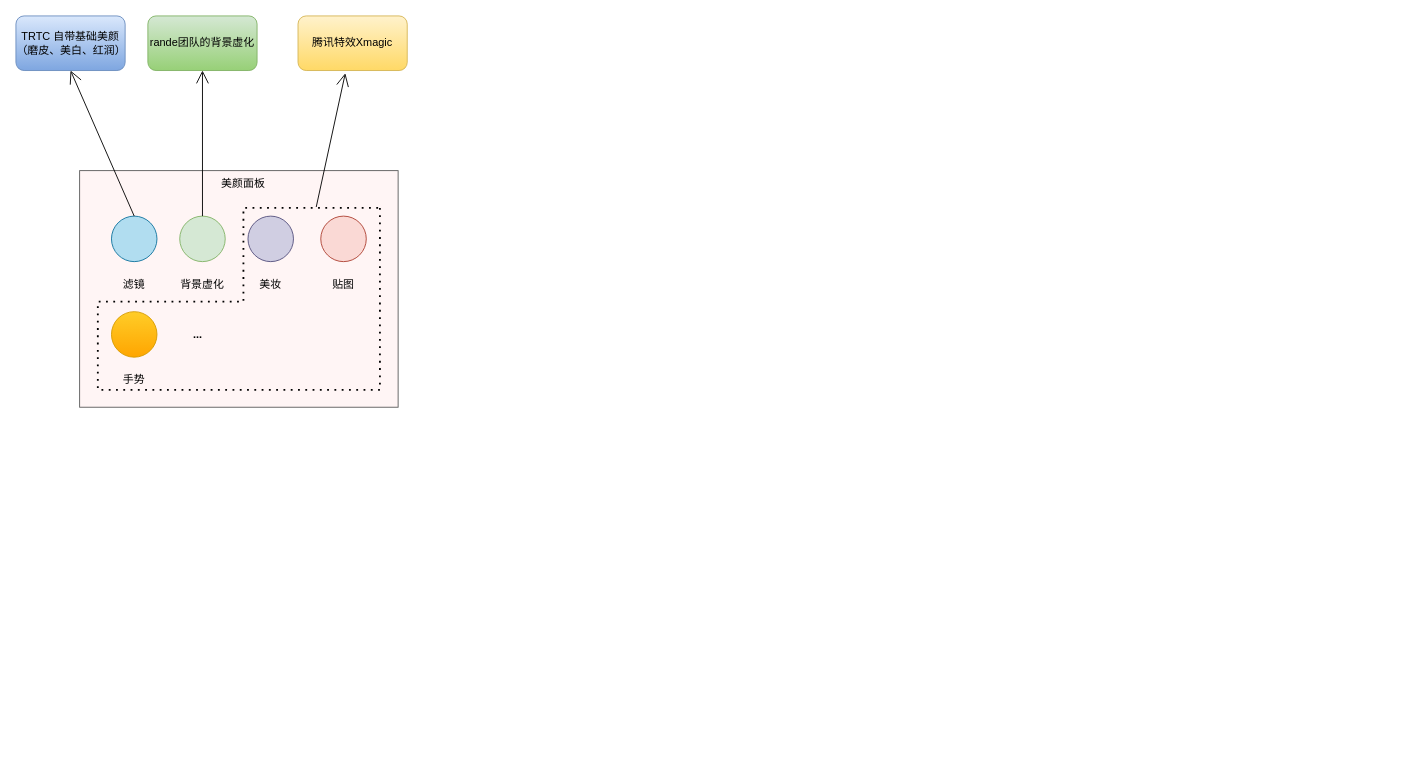
Before: diagrams/tuilivekit.drawio in paopaosecret/resources, a draw.io diagram. Source tidied: cells renumbered, new cells numbered last; positions are measured from the earlier drawing's top-left corner, leaving out a move shared by most shapes. Both pictures are drawn from the tidied source at 91%, with x=0, y=0 at pixel (15, 15).
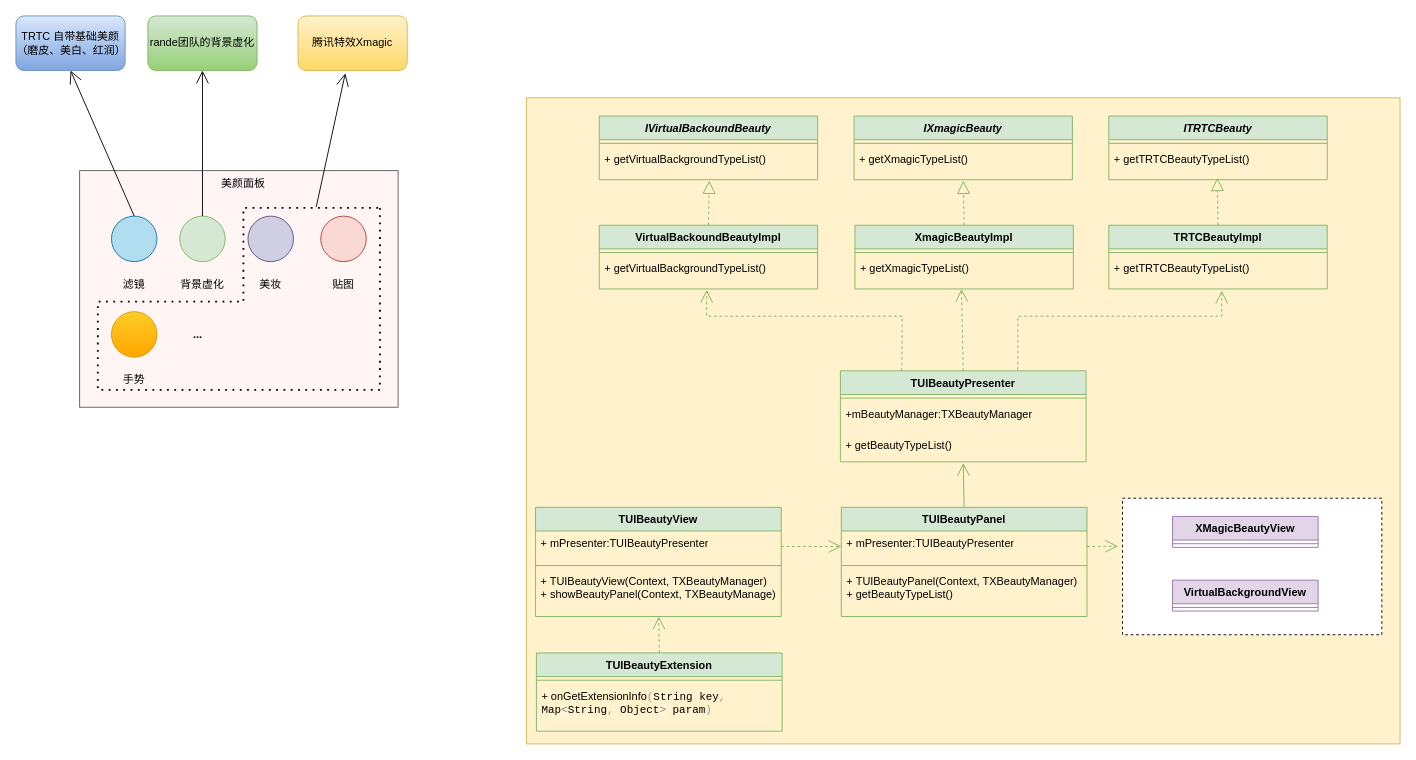
After the change.

The edit, as a diff of the source:
```diff
@@
+    <mxCell id="22" style="rounded=0;whiteSpace=wrap;html=1;fillColor=#fff2cc;strokeColor=#d6b656;" parent="1" vertex="1">
+      <mxGeometry x="561" y="90" width="960" height="710" as="geometry" />
+    </mxCell>
@@
+    <mxCell id="23" value="TUIBeautyPresenter" style="swimlane;fontStyle=1;align=center;verticalAlign=top;horizontal=1;startSize=26;whiteSpace=wrap;html=1;fillColor=#d5e8d4;strokeColor=#82b366;" parent="1" vertex="1">
+      <mxGeometry x="906" y="390" width="270" height="100" as="geometry" />
+    </mxCell>
+    <mxCell id="24" style="line;strokeWidth=1;fillColor=#d5e8d4;align=left;verticalAlign=middle;spacingTop=-1;spacingLeft=3;spacingRight=3;labelPosition=right;strokeColor=#82b366;" parent="23" vertex="1">
+      <mxGeometry y="26" width="270" height="8" as="geometry" />
+    </mxCell>
+    <mxCell id="25" value="+mBeautyManager:&lt;span style=&quot;background-color: initial;&quot;&gt;TXBeautyManager&lt;/span&gt;" style="text;align=left;verticalAlign=top;spacingLeft=4;spacingRight=4;overflow=hidden;whiteSpace=wrap;html=1;" parent="23" vertex="1">
+      <mxGeometry y="34" width="270" height="34" as="geometry" />
+    </mxCell>
+    <mxCell id="26" value="+ getBeautyTypeList()" style="text;align=left;verticalAlign=top;spacingLeft=4;spacingRight=4;overflow=hidden;points=[[0,0.5],[1,0.5]];portConstraint=eastwest;whiteSpace=wrap;html=1;" parent="23" vertex="1">
+      <mxGeometry y="68" width="270" height="32" as="geometry" />
+    </mxCell>
+    <mxCell id="27" value="&lt;i&gt;ITRTCBeauty&lt;/i&gt;" style="swimlane;fontStyle=1;align=center;verticalAlign=top;horizontal=1;startSize=26;whiteSpace=wrap;html=1;fillColor=#d5e8d4;strokeColor=#82b366;" parent="1" vertex="1">
+      <mxGeometry x="1201" y="110" width="240" height="70" as="geometry" />
+    </mxCell>
+    <mxCell id="28" style="line;strokeWidth=1;fillColor=#d5e8d4;align=left;verticalAlign=middle;spacingTop=-1;spacingLeft=3;spacingRight=3;labelPosition=right;strokeColor=#82b366;" parent="27" vertex="1">
+      <mxGeometry y="26" width="240" height="8" as="geometry" />
+    </mxCell>
+    <mxCell id="29" value="+ getTRTCBeautyTypeList()&lt;br style=&quot;border-color: var(--border-color);&quot;&gt;" style="text;align=left;verticalAlign=top;spacingLeft=4;spacingRight=4;overflow=hidden;points=[[0,0.5],[1,0.5]];portConstraint=eastwest;whiteSpace=wrap;html=1;" parent="27" vertex="1">
+      <mxGeometry y="34" width="240" height="36" as="geometry" />
+    </mxCell>
+    <mxCell id="30" value="TUIBeautyView" style="swimlane;fontStyle=1;align=center;verticalAlign=top;horizontal=1;startSize=26;whiteSpace=wrap;html=1;fillColor=#d5e8d4;strokeColor=#82b366;" parent="1" vertex="1">
+      <mxGeometry x="571" y="540" width="270" height="120" as="geometry" />
+    </mxCell>
+    <mxCell id="31" value="+ mPresenter:TUIBeautyPresenter" style="text;align=left;verticalAlign=top;spacingLeft=4;spacingRight=4;overflow=hidden;points=[[0,0.5],[1,0.5]];portConstraint=eastwest;whiteSpace=wrap;html=1;" parent="30" vertex="1">
+      <mxGeometry y="26" width="270" height="34" as="geometry" />
+    </mxCell>
+    <mxCell id="32" style="line;strokeWidth=1;fillColor=#d5e8d4;align=left;verticalAlign=middle;spacingTop=-1;spacingLeft=3;spacingRight=3;labelPosition=right;strokeColor=#82b366;" parent="30" vertex="1">
+      <mxGeometry y="60" width="270" height="8" as="geometry" />
+    </mxCell>
+    <mxCell id="33" value="+ TUIBeautyView(Context,&amp;nbsp;TXBeautyManager)&lt;br&gt;+ showBeautyPanel(Context,&amp;nbsp;TXBeautyManage)" style="text;align=left;verticalAlign=top;spacingLeft=4;spacingRight=4;overflow=hidden;points=[[0,0.5],[1,0.5]];portConstraint=eastwest;whiteSpace=wrap;html=1;" parent="30" vertex="1">
+      <mxGeometry y="68" width="270" height="52" as="geometry" />
+    </mxCell>
+    <mxCell id="34" value="&lt;i&gt;IVirtualBackoundBeauty&lt;/i&gt;" style="swimlane;fontStyle=1;align=center;verticalAlign=top;horizontal=1;startSize=26;whiteSpace=wrap;html=1;fillColor=#d5e8d4;strokeColor=#82b366;" parent="1" vertex="1">
+      <mxGeometry x="641" y="110" width="240" height="70" as="geometry" />
+    </mxCell>
+    <mxCell id="35" style="line;strokeWidth=1;fillColor=#d5e8d4;align=left;verticalAlign=middle;spacingTop=-1;spacingLeft=3;spacingRight=3;labelPosition=right;strokeColor=#82b366;" parent="34" vertex="1">
+      <mxGeometry y="26" width="240" height="8" as="geometry" />
+    </mxCell>
+    <mxCell id="36" value="+ getVirtualBackgroundTypeList()" style="text;align=left;verticalAlign=top;spacingLeft=4;spacingRight=4;overflow=hidden;points=[[0,0.5],[1,0.5]];portConstraint=eastwest;whiteSpace=wrap;html=1;" parent="34" vertex="1">
+      <mxGeometry y="34" width="240" height="36" as="geometry" />
+    </mxCell>
+    <mxCell id="37" value="&lt;i&gt;IXmagicBeauty&lt;/i&gt;" style="swimlane;fontStyle=1;align=center;verticalAlign=top;horizontal=1;startSize=26;whiteSpace=wrap;html=1;fillColor=#d5e8d4;strokeColor=#82b366;" parent="1" vertex="1">
+      <mxGeometry x="921" y="110" width="240" height="70" as="geometry" />
+    </mxCell>
+    <mxCell id="38" style="line;strokeWidth=1;fillColor=#d5e8d4;align=left;verticalAlign=middle;spacingTop=-1;spacingLeft=3;spacingRight=3;labelPosition=right;strokeColor=#82b366;" parent="37" vertex="1">
+      <mxGeometry y="26" width="240" height="8" as="geometry" />
+    </mxCell>
+    <mxCell id="39" value="+ getXmagicTypeList()" style="text;align=left;verticalAlign=top;spacingLeft=4;spacingRight=4;overflow=hidden;points=[[0,0.5],[1,0.5]];portConstraint=eastwest;whiteSpace=wrap;html=1;" parent="37" vertex="1">
+      <mxGeometry y="34" width="240" height="36" as="geometry" />
+    </mxCell>
+    <mxCell id="40" style="endArrow=open;endFill=1;endSize=12;html=1;rounded=0;exitX=0.5;exitY=0;exitDx=0;exitDy=0;entryX=0.5;entryY=1.038;entryDx=0;entryDy=0;entryPerimeter=0;fillColor=#d5e8d4;strokeColor=#82b366;" parent="1" edge="1" source="60" target="26">
+      <mxGeometry relative="1" as="geometry" />
+    </mxCell>
+    <mxCell id="41" value="TUIBeautyExtension" style="swimlane;fontStyle=1;align=center;verticalAlign=top;horizontal=1;startSize=26;whiteSpace=wrap;html=1;fillColor=#d5e8d4;strokeColor=#82b366;" parent="1" vertex="1">
+      <mxGeometry x="572" y="700" width="270" height="86" as="geometry" />
+    </mxCell>
+    <mxCell id="42" style="line;strokeWidth=1;fillColor=#d5e8d4;align=left;verticalAlign=middle;spacingTop=-1;spacingLeft=3;spacingRight=3;labelPosition=right;strokeColor=#82b366;" parent="41" vertex="1">
+      <mxGeometry y="26" width="270" height="8" as="geometry" />
+    </mxCell>
+    <mxCell id="43" value="+&amp;nbsp;onGetExtensionInfo&lt;span style=&quot;background-color: initial; font-family: Consolas, Monaco, &amp;quot;Andale Mono&amp;quot;, &amp;quot;Ubuntu Mono&amp;quot;, monospace; font-size: 1em; word-spacing: normal; word-break: break-word; line-height: inherit; color: rgb(153, 153, 153);&quot; class=&quot;token punctuation&quot;&gt;(&lt;/span&gt;&lt;span style=&quot;background-color: initial; font-family: Consolas, Monaco, &amp;quot;Andale Mono&amp;quot;, &amp;quot;Ubuntu Mono&amp;quot;, monospace; font-size: 1em; word-spacing: normal; word-break: break-word; line-height: inherit;&quot; class=&quot;token parameter&quot;&gt;String key&lt;span style=&quot;word-break: break-word; line-height: inherit; color: rgb(153, 153, 153);&quot; class=&quot;token punctuation&quot;&gt;,&lt;/span&gt; Map&lt;span style=&quot;word-break: break-word; line-height: inherit; color: rgb(154, 110, 58); background: rgba(255, 255, 255, 0.5);&quot; class=&quot;token operator&quot;&gt;&amp;lt;&lt;/span&gt;String&lt;span style=&quot;word-break: break-word; line-height: inherit; color: rgb(153, 153, 153);&quot; class=&quot;token punctuation&quot;&gt;,&lt;/span&gt; Object&lt;span style=&quot;word-break: break-word; line-height: inherit; color: rgb(154, 110, 58); background: rgba(255, 255, 255, 0.5);&quot; class=&quot;token operator&quot;&gt;&amp;gt;&lt;/span&gt; param&lt;/span&gt;&lt;span style=&quot;background-color: initial; font-family: Consolas, Monaco, &amp;quot;Andale Mono&amp;quot;, &amp;quot;Ubuntu Mono&amp;quot;, monospace; font-size: 1em; word-spacing: normal; word-break: break-word; line-height: inherit; color: rgb(153, 153, 153);&quot; class=&quot;token punctuation&quot;&gt;)&lt;/span&gt;" style="text;align=left;verticalAlign=top;spacingLeft=4;spacingRight=4;overflow=hidden;whiteSpace=wrap;html=1;" parent="41" vertex="1">
+      <mxGeometry y="34" width="270" height="52" as="geometry" />
+    </mxCell>
+    <mxCell id="44" style="endArrow=open;endSize=12;dashed=1;html=1;rounded=0;exitX=0.5;exitY=0;exitDx=0;exitDy=0;fillColor=#d5e8d4;strokeColor=#82b366;" parent="1" edge="1" source="41" target="33">
+      <mxGeometry relative="1" as="geometry" />
+    </mxCell>
+    <mxCell id="45" value="VirtualBackoundBeautyImpl" style="swimlane;fontStyle=1;align=center;verticalAlign=top;horizontal=1;startSize=26;whiteSpace=wrap;html=1;fillColor=#d5e8d4;strokeColor=#82b366;" parent="1" vertex="1">
+      <mxGeometry x="641" y="230" width="240" height="70" as="geometry" />
+    </mxCell>
+    <mxCell id="46" style="line;strokeWidth=1;fillColor=#d5e8d4;align=left;verticalAlign=middle;spacingTop=-1;spacingLeft=3;spacingRight=3;labelPosition=right;strokeColor=#82b366;" parent="45" vertex="1">
+      <mxGeometry y="26" width="240" height="8" as="geometry" />
+    </mxCell>
+    <mxCell id="47" value="+ getVirtualBackgroundTypeList()" style="text;align=left;verticalAlign=top;spacingLeft=4;spacingRight=4;overflow=hidden;points=[[0,0.5],[1,0.5]];portConstraint=eastwest;whiteSpace=wrap;html=1;" parent="45" vertex="1">
+      <mxGeometry y="34" width="240" height="36" as="geometry" />
+    </mxCell>
+    <mxCell id="48" value="XmagicBeautyImpl" style="swimlane;fontStyle=1;align=center;verticalAlign=top;horizontal=1;startSize=26;whiteSpace=wrap;html=1;fillColor=#d5e8d4;strokeColor=#82b366;" parent="1" vertex="1">
+      <mxGeometry x="922" y="230" width="240" height="70" as="geometry" />
+    </mxCell>
+    <mxCell id="49" style="line;strokeWidth=1;fillColor=#d5e8d4;align=left;verticalAlign=middle;spacingTop=-1;spacingLeft=3;spacingRight=3;labelPosition=right;strokeColor=#82b366;" parent="48" vertex="1">
+      <mxGeometry y="26" width="240" height="8" as="geometry" />
+    </mxCell>
+    <mxCell id="50" value="+ getXmagicTypeList()" style="text;align=left;verticalAlign=top;spacingLeft=4;spacingRight=4;overflow=hidden;points=[[0,0.5],[1,0.5]];portConstraint=eastwest;whiteSpace=wrap;html=1;" parent="48" vertex="1">
+      <mxGeometry y="34" width="240" height="36" as="geometry" />
+    </mxCell>
+    <mxCell id="51" value="TRTCBeautyImpl" style="swimlane;fontStyle=1;align=center;verticalAlign=top;horizontal=1;startSize=26;whiteSpace=wrap;html=1;fillColor=#d5e8d4;strokeColor=#82b366;" parent="1" vertex="1">
+      <mxGeometry x="1201" y="230" width="240" height="70" as="geometry" />
+    </mxCell>
+    <mxCell id="52" style="line;strokeWidth=1;fillColor=#d5e8d4;align=left;verticalAlign=middle;spacingTop=-1;spacingLeft=3;spacingRight=3;labelPosition=right;strokeColor=#82b366;" parent="51" vertex="1">
+      <mxGeometry y="26" width="240" height="8" as="geometry" />
+    </mxCell>
+    <mxCell id="53" value="+ getTRTCBeautyTypeList()&lt;br style=&quot;border-color: var(--border-color);&quot;&gt;" style="text;align=left;verticalAlign=top;spacingLeft=4;spacingRight=4;overflow=hidden;whiteSpace=wrap;html=1;" parent="51" vertex="1">
+      <mxGeometry y="34" width="240" height="36" as="geometry" />
+    </mxCell>
+    <mxCell id="54" style="endArrow=block;dashed=1;endFill=0;endSize=12;html=1;rounded=0;exitX=0.5;exitY=0;exitDx=0;exitDy=0;entryX=0.504;entryY=1.028;entryDx=0;entryDy=0;entryPerimeter=0;fillColor=#d5e8d4;strokeColor=#82b366;" parent="1" edge="1" source="45" target="36">
+      <mxGeometry relative="1" as="geometry" />
+    </mxCell>
+    <mxCell id="55" style="endArrow=block;dashed=1;endFill=0;endSize=12;html=1;rounded=0;exitX=0.5;exitY=0;exitDx=0;exitDy=0;entryX=0.5;entryY=1.028;entryDx=0;entryDy=0;entryPerimeter=0;fillColor=#d5e8d4;strokeColor=#82b366;" parent="1" edge="1" source="48" target="39">
+      <mxGeometry relative="1" as="geometry" />
+    </mxCell>
+    <mxCell id="56" style="endArrow=block;dashed=1;endFill=0;endSize=12;html=1;rounded=0;exitX=0.5;exitY=0;exitDx=0;exitDy=0;entryX=0.496;entryY=0.944;entryDx=0;entryDy=0;entryPerimeter=0;fillColor=#d5e8d4;strokeColor=#82b366;" parent="1" edge="1" source="51" target="29">
+      <mxGeometry relative="1" as="geometry" />
+    </mxCell>
+    <mxCell id="57" style="endArrow=open;endSize=12;dashed=1;html=1;rounded=0;exitX=0.5;exitY=0;exitDx=0;exitDy=0;entryX=0.488;entryY=1;entryDx=0;entryDy=0;entryPerimeter=0;fillColor=#d5e8d4;strokeColor=#82b366;" parent="1" edge="1" source="23" target="50">
+      <mxGeometry relative="1" as="geometry" />
+    </mxCell>
+    <mxCell id="58" style="endArrow=open;endSize=12;dashed=1;html=1;rounded=0;exitX=0.722;exitY=-0.01;exitDx=0;exitDy=0;entryX=0.513;entryY=1.056;entryDx=0;entryDy=0;entryPerimeter=0;exitPerimeter=0;fillColor=#d5e8d4;strokeColor=#82b366;" parent="1" edge="1" source="23">
+      <mxGeometry relative="1" as="geometry">
+        <mxPoint x="1325.1" y="302" as="targetPoint" />
+        <Array as="points">
+          <mxPoint x="1101" y="330" />
+          <mxPoint x="1325" y="330" />
+        </Array>
+      </mxGeometry>
+    </mxCell>
+    <mxCell id="59" style="endArrow=open;endSize=12;dashed=1;html=1;rounded=0;exitX=0.25;exitY=0;exitDx=0;exitDy=0;entryX=0.492;entryY=1.028;entryDx=0;entryDy=0;entryPerimeter=0;fillColor=#d5e8d4;strokeColor=#82b366;" parent="1" edge="1" source="23" target="47">
+      <mxGeometry relative="1" as="geometry">
+        <Array as="points">
+          <mxPoint x="974" y="330" />
+          <mxPoint x="759" y="330" />
+        </Array>
+      </mxGeometry>
+    </mxCell>
+    <mxCell id="60" value="TUIBeautyPanel" style="swimlane;fontStyle=1;align=center;verticalAlign=top;horizontal=1;startSize=26;whiteSpace=wrap;html=1;fillColor=#d5e8d4;strokeColor=#82b366;" parent="1" vertex="1">
+      <mxGeometry x="907" y="540" width="270" height="120" as="geometry" />
+    </mxCell>
+    <mxCell id="61" value="+ mPresenter:TUIBeautyPresenter" style="text;align=left;verticalAlign=top;spacingLeft=4;spacingRight=4;overflow=hidden;points=[[0,0.5],[1,0.5]];portConstraint=eastwest;whiteSpace=wrap;html=1;" parent="60" vertex="1">
+      <mxGeometry y="26" width="270" height="34" as="geometry" />
+    </mxCell>
+    <mxCell id="62" style="line;strokeWidth=1;fillColor=#d5e8d4;align=left;verticalAlign=middle;spacingTop=-1;spacingLeft=3;spacingRight=3;labelPosition=right;strokeColor=#82b366;" parent="60" vertex="1">
+      <mxGeometry y="60" width="270" height="8" as="geometry" />
+    </mxCell>
+    <mxCell id="63" value="+&amp;nbsp;TUIBeautyPanel(Context,&amp;nbsp;TXBeautyManager)&lt;br&gt;+ getBeautyTypeList()" style="text;align=left;verticalAlign=top;spacingLeft=4;spacingRight=4;overflow=hidden;whiteSpace=wrap;html=1;" parent="60" vertex="1">
+      <mxGeometry y="68" width="270" height="52" as="geometry" />
+    </mxCell>
+    <mxCell id="64" style="endArrow=open;endSize=12;dashed=1;html=1;rounded=0;exitX=1;exitY=0.5;exitDx=0;exitDy=0;fillColor=#d5e8d4;strokeColor=#82b366;" parent="1" edge="1" source="31" target="61">
+      <mxGeometry relative="1" as="geometry" />
+    </mxCell>
+    <mxCell id="65" style="rounded=0;whiteSpace=wrap;html=1;dashed=1;" parent="1" vertex="1">
+      <mxGeometry x="1216" y="530" width="285" height="150" as="geometry" />
+    </mxCell>
+    <mxCell id="66" value="XMagicBeautyView" style="swimlane;fontStyle=1;align=center;verticalAlign=top;horizontal=1;startSize=26;whiteSpace=wrap;html=1;fillColor=#e1d5e7;strokeColor=#9673a6;" parent="1" vertex="1">
+      <mxGeometry x="1271" y="550" width="160" height="34" as="geometry" />
+    </mxCell>
+    <mxCell id="67" style="line;strokeWidth=1;fillColor=none;align=left;verticalAlign=middle;spacingTop=-1;spacingLeft=3;spacingRight=3;labelPosition=right;strokeColor=inherit;" parent="66" vertex="1">
+      <mxGeometry y="26" width="160" height="8" as="geometry" />
+    </mxCell>
+    <mxCell id="68" value="VirtualBackgroundView" style="swimlane;fontStyle=1;align=center;verticalAlign=top;horizontal=1;startSize=26;whiteSpace=wrap;html=1;fillColor=#e1d5e7;strokeColor=#9673a6;" parent="1" vertex="1">
+      <mxGeometry x="1271" y="620" width="160" height="34" as="geometry" />
+    </mxCell>
+    <mxCell id="69" style="line;strokeWidth=1;fillColor=none;align=left;verticalAlign=middle;spacingTop=-1;spacingLeft=3;spacingRight=3;labelPosition=right;strokeColor=inherit;" parent="68" vertex="1">
+      <mxGeometry y="26" width="160" height="8" as="geometry" />
+    </mxCell>
+    <mxCell id="70" style="endArrow=open;endSize=12;dashed=1;html=1;rounded=0;exitX=1;exitY=0.5;exitDx=0;exitDy=0;fillColor=#d5e8d4;strokeColor=#82b366;entryX=0.677;entryY=0.694;entryDx=0;entryDy=0;entryPerimeter=0;" parent="1" edge="1" source="61" target="22">
+      <mxGeometry relative="1" as="geometry" />
+    </mxCell>
```
